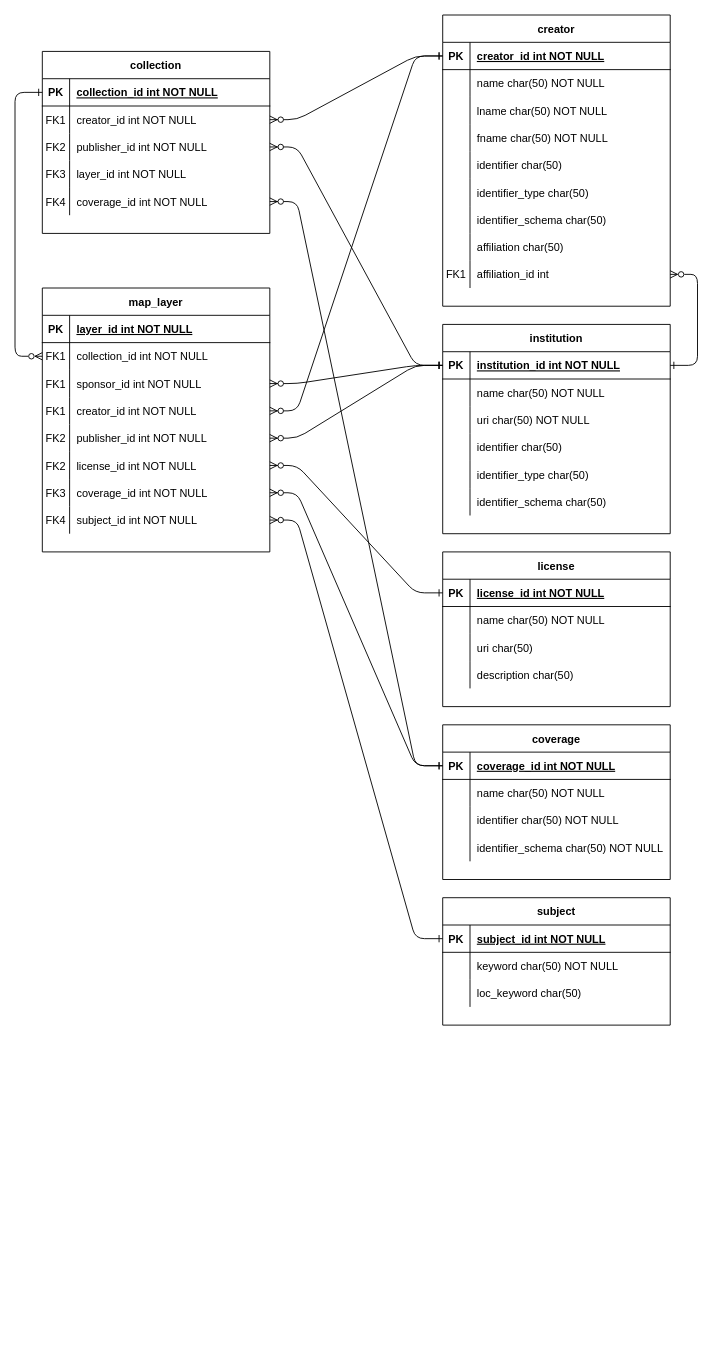
The draw.io diagram figures/relational_metadata.drawio in Geospatial-Digital-Special-Collections/docs, before the edit. Source tidied: cells renumbered, new cells numbered last; positions are measured from the earlier drawing's top-left corner, leaving out a move shared by most shapes. Both pictures are drawn from the tidied source at 91%, with x=0, y=0 at pixel (15, 15).
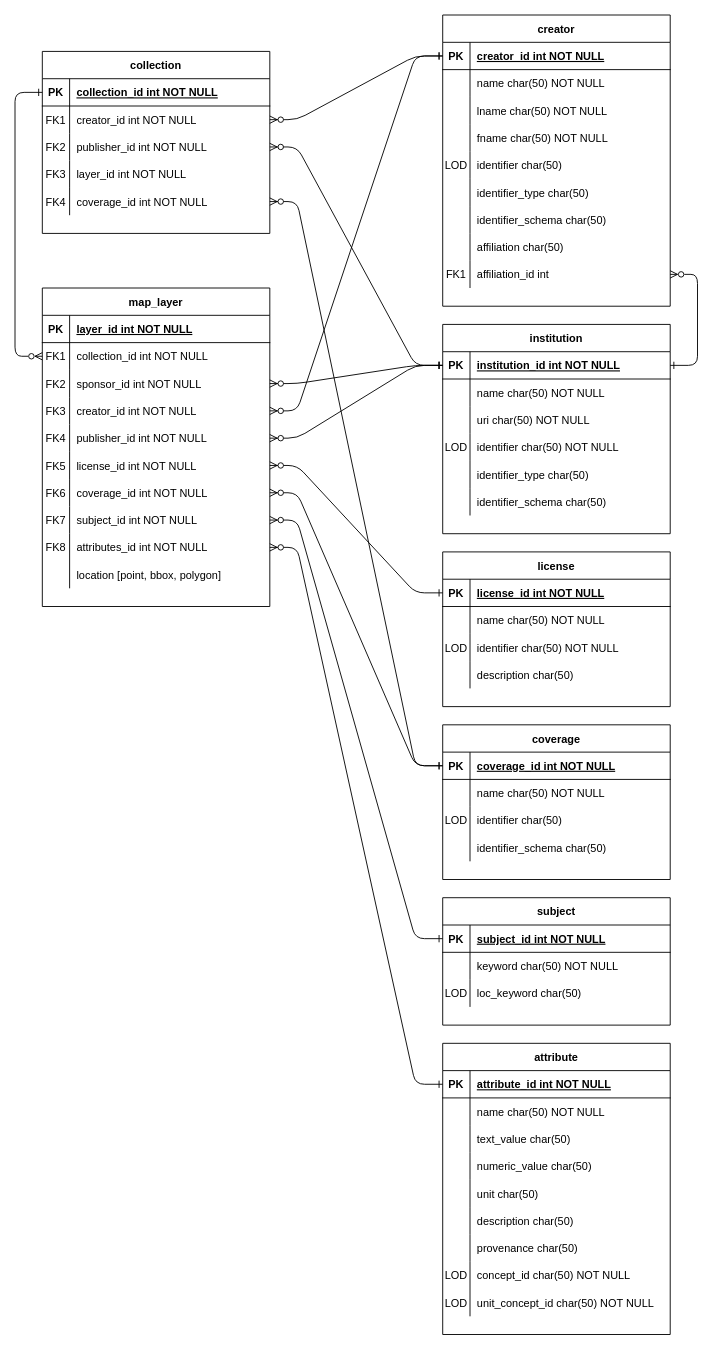
The same diagram, later.

Commit message:
added variable entity

The change refers to these unchanged cells:
```xml
<mxCell id="10" style="shape=partialRectangle;fillColor=none;points=[[0,0.5],[1,0.5]];portConstraint=eastwest;top=0;left=0;right=0;bottom=0;" parent="3" vertex="1">
  <mxGeometry y="90" width="250" height="30" as="geometry" />
</mxCell>
<mxCell id="13" style="shape=partialRectangle;fillColor=none;points=[[0,0.5],[1,0.5]];portConstraint=eastwest;top=0;left=0;right=0;bottom=0;" parent="3" vertex="1">
  <mxGeometry y="120" width="250" height="30" as="geometry" />
</mxCell>
<mxCell id="16" style="shape=partialRectangle;fillColor=none;points=[[0,0.5],[1,0.5]];portConstraint=eastwest;top=0;left=0;right=0;bottom=0;" parent="3" vertex="1">
  <mxGeometry y="150" width="250" height="30" as="geometry" />
</mxCell>
<mxCell id="19" style="shape=partialRectangle;fillColor=none;points=[[0,0.5],[1,0.5]];portConstraint=eastwest;top=0;left=0;right=0;bottom=0;" parent="3" vertex="1">
  <mxGeometry y="180" width="250" height="30" as="geometry" />
</mxCell>
<mxCell id="22" style="shape=partialRectangle;fillColor=none;points=[[0,0.5],[1,0.5]];portConstraint=eastwest;top=0;left=0;right=0;bottom=0;" parent="3" vertex="1">
  <mxGeometry y="210" width="250" height="30" as="geometry" />
</mxCell>
<mxCell id="25" style="shape=partialRectangle;fillColor=none;points=[[0,0.5],[1,0.5]];portConstraint=eastwest;top=0;left=0;right=0;bottom=0;" parent="3" vertex="1">
  <mxGeometry y="240" width="250" height="30" as="geometry" />
</mxCell>
<mxCell id="57" style="shape=partialRectangle;fillColor=none;top=0;left=0;right=0;bottom=0;" parent="44" vertex="1">
  <mxGeometry y="150" width="250" height="30" as="geometry" />
</mxCell>
<mxCell id="82" style="shape=partialRectangle;fillColor=none;top=0;left=0;right=0;bottom=0;" parent="72" vertex="1">
  <mxGeometry y="120" width="250" height="30" as="geometry" />
</mxCell>
<mxCell id="99" style="shape=partialRectangle;fillColor=none;top=0;left=0;right=0;bottom=0;" parent="92" vertex="1">
  <mxGeometry y="90" width="250" height="30" as="geometry" />
</mxCell>
<mxCell id="102" style="shape=partialRectangle;fillColor=none;top=0;left=0;right=0;bottom=0;" parent="92" vertex="1">
  <mxGeometry y="120" width="250" height="30" as="geometry" />
</mxCell>
<mxCell id="118" style="shape=partialRectangle;fillColor=none;top=0;left=0;right=0;bottom=0;" parent="111" vertex="1">
  <mxGeometry y="90" width="250" height="30" as="geometry" />
</mxCell>
<mxCell id="130" style="shape=partialRectangle;fillColor=none;top=0;left=0;right=0;bottom=0;" parent="123" vertex="1">
  <mxGeometry y="90" width="250" height="30" as="geometry" />
</mxCell>
```

Diff of the diagram source:
```diff
@@
     <mxCell id="3" value="map_layer" style="shape=table;startSize=30;childLayout=tableLayout;rowLines=0;fontStyle=1;align=center;" parent="1" vertex="1">
-      <mxGeometry x="30" y="300" width="250" height="290" as="geometry" />
+      <mxGeometry x="30" y="300" width="250" height="350" as="geometry" />
     </mxCell>
@@
-    <mxCell id="11" value="FK1" style="shape=partialRectangle;overflow=hidden;fillColor=none;top=0;left=0;bottom=0;right=0;" parent="10" vertex="1">
+    <mxCell id="11" value="FK2" style="shape=partialRectangle;overflow=hidden;fillColor=none;top=0;left=0;bottom=0;right=0;" parent="10" vertex="1">
       <mxGeometry width="30" height="30" as="geometry" />
     </mxCell>
@@
-    <mxCell id="14" value="FK1" style="shape=partialRectangle;overflow=hidden;fillColor=none;top=0;left=0;bottom=0;right=0;" parent="13" vertex="1">
+    <mxCell id="14" value="FK3" style="shape=partialRectangle;overflow=hidden;fillColor=none;top=0;left=0;bottom=0;right=0;" parent="13" vertex="1">
       <mxGeometry width="30" height="30" as="geometry" />
     </mxCell>
@@
-    <mxCell id="17" value="FK2" style="shape=partialRectangle;overflow=hidden;fillColor=none;top=0;left=0;bottom=0;right=0;" parent="16" vertex="1">
+    <mxCell id="17" value="FK4" style="shape=partialRectangle;overflow=hidden;fillColor=none;top=0;left=0;bottom=0;right=0;" parent="16" vertex="1">
       <mxGeometry width="30" height="30" as="geometry" />
     </mxCell>
@@
-    <mxCell id="20" value="FK2" style="shape=partialRectangle;overflow=hidden;fillColor=none;top=0;left=0;bottom=0;right=0;" parent="19" vertex="1">
+    <mxCell id="20" value="FK5" style="shape=partialRectangle;overflow=hidden;fillColor=none;top=0;left=0;bottom=0;right=0;" parent="19" vertex="1">
       <mxGeometry width="30" height="30" as="geometry" />
     </mxCell>
@@
-    <mxCell id="23" value="FK3" style="shape=partialRectangle;overflow=hidden;fillColor=none;top=0;left=0;bottom=0;right=0;" parent="22" vertex="1">
+    <mxCell id="23" value="FK6" style="shape=partialRectangle;overflow=hidden;fillColor=none;top=0;left=0;bottom=0;right=0;" parent="22" vertex="1">
       <mxGeometry width="30" height="30" as="geometry" />
     </mxCell>
@@
-    <mxCell id="26" value="FK4" style="shape=partialRectangle;overflow=hidden;fillColor=none;top=0;left=0;bottom=0;right=0;" parent="25" vertex="1">
+    <mxCell id="26" value="FK7" style="shape=partialRectangle;overflow=hidden;fillColor=none;top=0;left=0;bottom=0;right=0;" parent="25" vertex="1">
       <mxGeometry width="30" height="30" as="geometry" />
     </mxCell>
@@
+    <mxCell id="137" style="shape=partialRectangle;fillColor=none;points=[[0,0.5],[1,0.5]];portConstraint=eastwest;top=0;left=0;right=0;bottom=0;" parent="3" vertex="1">
+      <mxGeometry y="270" width="250" height="30" as="geometry" />
+    </mxCell>
+    <mxCell id="138" value="FK8" style="shape=partialRectangle;overflow=hidden;fillColor=none;top=0;left=0;bottom=0;right=0;" parent="137" vertex="1">
+      <mxGeometry width="30" height="30" as="geometry" />
+    </mxCell>
+    <mxCell id="139" value="attributes_id int NOT NULL" style="shape=partialRectangle;overflow=hidden;fillColor=none;top=0;left=0;bottom=0;right=0;align=left;spacingLeft=6;" parent="137" vertex="1">
+      <mxGeometry x="30" width="220" height="30" as="geometry" />
+    </mxCell>
+    <mxCell id="140" style="shape=partialRectangle;fillColor=none;top=0;left=0;right=0;bottom=0;" parent="3" vertex="1">
+      <mxGeometry y="300" width="250" height="30" as="geometry" />
+    </mxCell>
+    <mxCell id="141" style="shape=partialRectangle;overflow=hidden;fillColor=none;top=0;left=0;bottom=0;right=0;" parent="140" vertex="1">
+      <mxGeometry width="30" height="30" as="geometry" />
+    </mxCell>
+    <mxCell id="142" value="location [point, bbox, polygon]" style="shape=partialRectangle;overflow=hidden;fillColor=none;top=0;left=0;bottom=0;right=0;align=left;spacingLeft=6;" parent="140" vertex="1">
+      <mxGeometry x="30" width="220" height="30" as="geometry" />
+    </mxCell>
@@
-    <mxCell id="58" style="shape=partialRectangle;overflow=hidden;fillColor=none;top=0;left=0;bottom=0;right=0;" parent="57" vertex="1">
+    <mxCell id="58" value="LOD" style="shape=partialRectangle;overflow=hidden;fillColor=none;top=0;left=0;bottom=0;right=0;" parent="57" vertex="1">
       <mxGeometry width="30" height="30" as="geometry" />
     </mxCell>
@@
-    <mxCell id="83" style="shape=partialRectangle;overflow=hidden;fillColor=none;top=0;left=0;bottom=0;right=0;" parent="82" vertex="1">
+    <mxCell id="83" value="LOD" style="shape=partialRectangle;overflow=hidden;fillColor=none;top=0;left=0;bottom=0;right=0;" parent="82" vertex="1">
       <mxGeometry width="30" height="30" as="geometry" />
     </mxCell>
-    <mxCell id="84" value="identifier char(50)" style="shape=partialRectangle;overflow=hidden;fillColor=none;top=0;left=0;bottom=0;right=0;align=left;spacingLeft=6;" parent="82" vertex="1">
+    <mxCell id="84" value="identifier char(50) NOT NULL" style="shape=partialRectangle;overflow=hidden;fillColor=none;top=0;left=0;bottom=0;right=0;align=left;spacingLeft=6;" parent="82" vertex="1">
       <mxGeometry x="30" width="220" height="30" as="geometry" />
     </mxCell>
@@
-    <mxCell id="100" style="shape=partialRectangle;overflow=hidden;fillColor=none;top=0;left=0;bottom=0;right=0;" parent="99" vertex="1">
+    <mxCell id="100" value="LOD" style="shape=partialRectangle;overflow=hidden;fillColor=none;top=0;left=0;bottom=0;right=0;" parent="99" vertex="1">
       <mxGeometry width="30" height="30" as="geometry" />
     </mxCell>
-    <mxCell id="101" value="identifier char(50) NOT NULL" style="shape=partialRectangle;overflow=hidden;fillColor=none;top=0;left=0;bottom=0;right=0;align=left;spacingLeft=6;" parent="99" vertex="1">
+    <mxCell id="101" value="identifier char(50)" style="shape=partialRectangle;overflow=hidden;fillColor=none;top=0;left=0;bottom=0;right=0;align=left;spacingLeft=6;" parent="99" vertex="1">
       <mxGeometry x="30" width="220" height="30" as="geometry" />
     </mxCell>
@@
-    <mxCell id="104" value="identifier_schema char(50) NOT NULL" style="shape=partialRectangle;overflow=hidden;fillColor=none;top=0;left=0;bottom=0;right=0;align=left;spacingLeft=6;" parent="102" vertex="1">
+    <mxCell id="104" value="identifier_schema char(50)" style="shape=partialRectangle;overflow=hidden;fillColor=none;top=0;left=0;bottom=0;right=0;align=left;spacingLeft=6;" parent="102" vertex="1">
       <mxGeometry x="30" width="220" height="30" as="geometry" />
     </mxCell>
@@
-    <mxCell id="119" style="shape=partialRectangle;overflow=hidden;fillColor=none;top=0;left=0;bottom=0;right=0;" parent="118" vertex="1">
+    <mxCell id="119" value="LOD" style="shape=partialRectangle;overflow=hidden;fillColor=none;top=0;left=0;bottom=0;right=0;" parent="118" vertex="1">
       <mxGeometry width="30" height="30" as="geometry" />
     </mxCell>
@@
-    <mxCell id="131" style="shape=partialRectangle;overflow=hidden;fillColor=none;top=0;left=0;bottom=0;right=0;" parent="130" vertex="1">
+    <mxCell id="131" value="LOD" style="shape=partialRectangle;overflow=hidden;fillColor=none;top=0;left=0;bottom=0;right=0;" parent="130" vertex="1">
       <mxGeometry width="30" height="30" as="geometry" />
     </mxCell>
-    <mxCell id="132" value="uri char(50)" style="shape=partialRectangle;overflow=hidden;fillColor=none;top=0;left=0;bottom=0;right=0;align=left;spacingLeft=6;" parent="130" vertex="1">
+    <mxCell id="132" value="identifier char(50) NOT NULL" style="shape=partialRectangle;overflow=hidden;fillColor=none;top=0;left=0;bottom=0;right=0;align=left;spacingLeft=6;" parent="130" vertex="1">
       <mxGeometry x="30" width="220" height="30" as="geometry" />
     </mxCell>
@@
+    <mxCell id="143" value="attribute" style="shape=table;startSize=30;childLayout=tableLayout;rowLines=0;fontStyle=1;align=center;" parent="1" vertex="1">
+      <mxGeometry x="470" y="1130" width="250" height="320" as="geometry" />
+    </mxCell>
+    <mxCell id="144" style="shape=partialRectangle;fillColor=none;points=[[0,0.5],[1,0.5]];portConstraint=eastwest;top=0;left=0;right=0;bottom=1;" parent="143" vertex="1">
+      <mxGeometry y="30" width="250" height="30" as="geometry" />
+    </mxCell>
+    <mxCell id="145" value="PK" style="shape=partialRectangle;overflow=hidden;fillColor=none;top=0;left=0;bottom=0;right=0;fontStyle=1;" parent="144" vertex="1">
+      <mxGeometry width="30" height="30" as="geometry" />
+    </mxCell>
+    <mxCell id="146" value="attribute_id int NOT NULL " style="shape=partialRectangle;overflow=hidden;fillColor=none;top=0;left=0;bottom=0;right=0;align=left;spacingLeft=6;fontStyle=5;" parent="144" vertex="1">
+      <mxGeometry x="30" width="220" height="30" as="geometry" />
+    </mxCell>
+    <mxCell id="147" style="shape=partialRectangle;fillColor=none;top=0;left=0;right=0;bottom=0;" parent="143" vertex="1">
+      <mxGeometry y="60" width="250" height="30" as="geometry" />
+    </mxCell>
+    <mxCell id="148" style="shape=partialRectangle;overflow=hidden;fillColor=none;top=0;left=0;bottom=0;right=0;" parent="147" vertex="1">
+      <mxGeometry width="30" height="30" as="geometry" />
+    </mxCell>
+    <mxCell id="149" value="name char(50) NOT NULL" style="shape=partialRectangle;overflow=hidden;fillColor=none;top=0;left=0;bottom=0;right=0;align=left;spacingLeft=6;" parent="147" vertex="1">
+      <mxGeometry x="30" width="220" height="30" as="geometry" />
+    </mxCell>
+    <mxCell id="150" style="shape=partialRectangle;fillColor=none;top=0;left=0;right=0;bottom=0;" parent="143" vertex="1">
+      <mxGeometry y="90" width="250" height="30" as="geometry" />
+    </mxCell>
+    <mxCell id="151" style="shape=partialRectangle;overflow=hidden;fillColor=none;top=0;left=0;bottom=0;right=0;" parent="150" vertex="1">
+      <mxGeometry width="30" height="30" as="geometry" />
+    </mxCell>
+    <mxCell id="152" value="text_value char(50)" style="shape=partialRectangle;overflow=hidden;fillColor=none;top=0;left=0;bottom=0;right=0;align=left;spacingLeft=6;" parent="150" vertex="1">
+      <mxGeometry x="30" width="220" height="30" as="geometry" />
+    </mxCell>
+    <mxCell id="153" style="shape=partialRectangle;fillColor=none;top=0;left=0;right=0;bottom=0;" parent="143" vertex="1">
+      <mxGeometry y="120" width="250" height="30" as="geometry" />
+    </mxCell>
+    <mxCell id="154" style="shape=partialRectangle;overflow=hidden;fillColor=none;top=0;left=0;bottom=0;right=0;" parent="153" vertex="1">
+      <mxGeometry width="30" height="30" as="geometry" />
+    </mxCell>
+    <mxCell id="155" value="numeric_value char(50)" style="shape=partialRectangle;overflow=hidden;fillColor=none;top=0;left=0;bottom=0;right=0;align=left;spacingLeft=6;" parent="153" vertex="1">
+      <mxGeometry x="30" width="220" height="30" as="geometry" />
+    </mxCell>
+    <mxCell id="156" style="shape=partialRectangle;fillColor=none;top=0;left=0;right=0;bottom=0;" parent="143" vertex="1">
+      <mxGeometry y="150" width="250" height="30" as="geometry" />
+    </mxCell>
+    <mxCell id="157" style="shape=partialRectangle;overflow=hidden;fillColor=none;top=0;left=0;bottom=0;right=0;" parent="156" vertex="1">
+      <mxGeometry width="30" height="30" as="geometry" />
+    </mxCell>
+    <mxCell id="158" value="unit char(50)" style="shape=partialRectangle;overflow=hidden;fillColor=none;top=0;left=0;bottom=0;right=0;align=left;spacingLeft=6;" parent="156" vertex="1">
+      <mxGeometry x="30" width="220" height="30" as="geometry" />
+    </mxCell>
+    <mxCell id="159" style="shape=partialRectangle;fillColor=none;top=0;left=0;right=0;bottom=0;" parent="143" vertex="1">
+      <mxGeometry y="180" width="250" height="30" as="geometry" />
+    </mxCell>
+    <mxCell id="160" style="shape=partialRectangle;overflow=hidden;fillColor=none;top=0;left=0;bottom=0;right=0;" parent="159" vertex="1">
+      <mxGeometry width="30" height="30" as="geometry" />
+    </mxCell>
+    <mxCell id="161" value="description char(50)" style="shape=partialRectangle;overflow=hidden;fillColor=none;top=0;left=0;bottom=0;right=0;align=left;spacingLeft=6;" parent="159" vertex="1">
+      <mxGeometry x="30" width="220" height="30" as="geometry" />
+    </mxCell>
+    <mxCell id="162" style="shape=partialRectangle;fillColor=none;top=0;left=0;right=0;bottom=0;" parent="143" vertex="1">
+      <mxGeometry y="210" width="250" height="30" as="geometry" />
+    </mxCell>
+    <mxCell id="163" style="shape=partialRectangle;overflow=hidden;fillColor=none;top=0;left=0;bottom=0;right=0;" parent="162" vertex="1">
+      <mxGeometry width="30" height="30" as="geometry" />
+    </mxCell>
+    <mxCell id="164" value="provenance char(50)" style="shape=partialRectangle;overflow=hidden;fillColor=none;top=0;left=0;bottom=0;right=0;align=left;spacingLeft=6;" parent="162" vertex="1">
+      <mxGeometry x="30" width="220" height="30" as="geometry" />
+    </mxCell>
+    <mxCell id="165" style="shape=partialRectangle;fillColor=none;top=0;left=0;right=0;bottom=0;" parent="143" vertex="1">
+      <mxGeometry y="240" width="250" height="30" as="geometry" />
+    </mxCell>
+    <mxCell id="166" value="LOD" style="shape=partialRectangle;overflow=hidden;fillColor=none;top=0;left=0;bottom=0;right=0;" parent="165" vertex="1">
+      <mxGeometry width="30" height="30" as="geometry" />
+    </mxCell>
+    <mxCell id="167" value="concept_id char(50) NOT NULL" style="shape=partialRectangle;overflow=hidden;fillColor=none;top=0;left=0;bottom=0;right=0;align=left;spacingLeft=6;" parent="165" vertex="1">
+      <mxGeometry x="30" width="220" height="30" as="geometry" />
+    </mxCell>
+    <mxCell id="168" style="shape=partialRectangle;fillColor=none;top=0;left=0;right=0;bottom=0;" parent="143" vertex="1">
+      <mxGeometry y="270" width="250" height="30" as="geometry" />
+    </mxCell>
+    <mxCell id="169" value="LOD" style="shape=partialRectangle;overflow=hidden;fillColor=none;top=0;left=0;bottom=0;right=0;" parent="168" vertex="1">
+      <mxGeometry width="30" height="30" as="geometry" />
+    </mxCell>
+    <mxCell id="170" value="unit_concept_id char(50) NOT NULL" style="shape=partialRectangle;overflow=hidden;fillColor=none;top=0;left=0;bottom=0;right=0;align=left;spacingLeft=6;" parent="168" vertex="1">
+      <mxGeometry x="30" width="220" height="30" as="geometry" />
+    </mxCell>
+    <mxCell id="171" style="edgeStyle=entityRelationEdgeStyle;endArrow=ERzeroToMany;startArrow=ERone;endFill=1;startFill=0;exitX=0;exitY=0.5;exitDx=0;exitDy=0;entryX=1;entryY=0.5;entryDx=0;entryDy=0;" parent="1" edge="1" source="144" target="137">
+      <mxGeometry relative="1" as="geometry" />
+    </mxCell>
```
